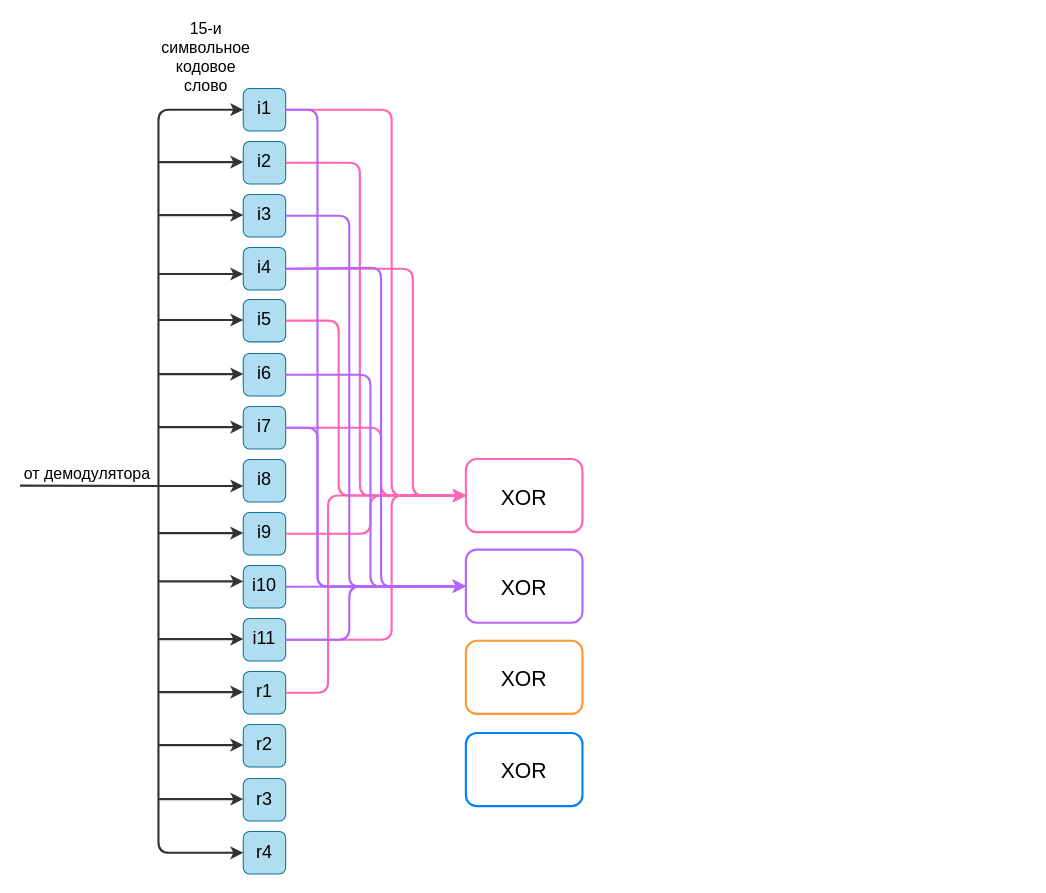
Earlier version of the draw.io diagram page "Страница 2" (2 of 2) of 1st semester/computer science/Диаграмма без названия.drawio (7Kseniya/itmo). Source tidied: cells renumbered, new cells numbered last; positions are measured from the earlier drawing's top-left corner, leaving out a move shared by most shapes. Both pictures are drawn from the tidied source at 106%, with x=0, y=0 at pixel (18, 19).
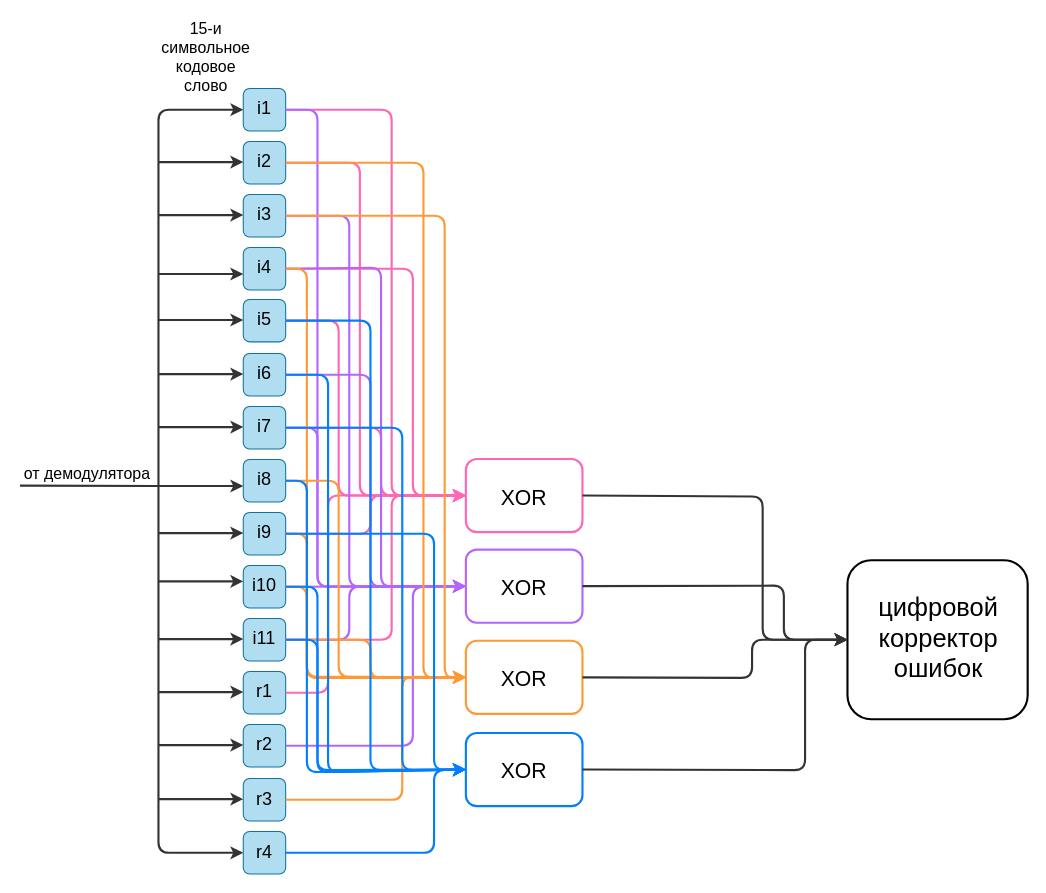
The same page after the edit.

The change refers to these unchanged cells:
```xml
<mxCell id="4" style="rounded=1;whiteSpace=wrap;html=1;fillColor=#b1ddf0;strokeColor=#10739e;fillStyle=auto;" parent="1" vertex="1">
  <mxGeometry x="212" y="115" width="40" height="40" as="geometry" />
</mxCell>
<mxCell id="5" style="rounded=1;whiteSpace=wrap;html=1;fillColor=#b1ddf0;strokeColor=#10739e;fillStyle=auto;" parent="1" vertex="1">
  <mxGeometry x="212" y="165" width="40" height="40" as="geometry" />
</mxCell>
<mxCell id="37" value="i4" style="text;html=1;strokeColor=none;fillColor=none;align=center;verticalAlign=middle;whiteSpace=wrap;rounded=0;fillStyle=auto;strokeWidth=2;fontSize=17;" parent="1" vertex="1">
  <mxGeometry x="212" y="220" width="40" height="30" as="geometry" />
</mxCell>
<mxCell id="38" value="i5" style="text;html=1;strokeColor=none;fillColor=none;align=center;verticalAlign=middle;whiteSpace=wrap;rounded=0;fillStyle=auto;strokeWidth=2;fontSize=17;" parent="1" vertex="1">
  <mxGeometry x="212" y="269" width="40" height="30" as="geometry" />
</mxCell>
<mxCell id="39" value="i6" style="text;html=1;strokeColor=none;fillColor=none;align=center;verticalAlign=middle;whiteSpace=wrap;rounded=0;fillStyle=auto;strokeWidth=2;fontSize=17;" parent="1" vertex="1">
  <mxGeometry x="212" y="320" width="40" height="30" as="geometry" />
</mxCell>
<mxCell id="40" value="i7" style="text;html=1;strokeColor=none;fillColor=none;align=center;verticalAlign=middle;whiteSpace=wrap;rounded=0;fillStyle=auto;strokeWidth=2;fontSize=17;" parent="1" vertex="1">
  <mxGeometry x="212" y="370" width="40" height="30" as="geometry" />
</mxCell>
<mxCell id="41" value="i8" style="text;html=1;strokeColor=none;fillColor=none;align=center;verticalAlign=middle;whiteSpace=wrap;rounded=0;fillStyle=auto;strokeWidth=2;fontSize=17;" parent="1" vertex="1">
  <mxGeometry x="212" y="420" width="40" height="30" as="geometry" />
</mxCell>
<mxCell id="42" value="i9" style="text;html=1;strokeColor=none;fillColor=none;align=center;verticalAlign=middle;whiteSpace=wrap;rounded=0;fillStyle=auto;strokeWidth=2;fontSize=17;" parent="1" vertex="1">
  <mxGeometry x="212" y="470" width="40" height="30" as="geometry" />
</mxCell>
<mxCell id="43" value="i10" style="text;html=1;strokeColor=none;fillColor=none;align=center;verticalAlign=middle;whiteSpace=wrap;rounded=0;fillStyle=auto;strokeWidth=2;fontSize=17;" parent="1" vertex="1">
  <mxGeometry x="212" y="520" width="40" height="30" as="geometry" />
</mxCell>
<mxCell id="44" value="i11" style="text;html=1;strokeColor=none;fillColor=none;align=center;verticalAlign=middle;whiteSpace=wrap;rounded=0;fillStyle=auto;strokeWidth=2;fontSize=17;" parent="1" vertex="1">
  <mxGeometry x="212" y="570" width="40" height="30" as="geometry" />
</mxCell>
<mxCell id="46" value="r2" style="text;html=1;strokeColor=none;fillColor=none;align=center;verticalAlign=middle;whiteSpace=wrap;rounded=0;fillStyle=auto;strokeWidth=2;fontSize=17;" parent="1" vertex="1">
  <mxGeometry x="212" y="670" width="40" height="30" as="geometry" />
</mxCell>
<mxCell id="47" value="r3" style="text;html=1;strokeColor=none;fillColor=none;align=center;verticalAlign=middle;whiteSpace=wrap;rounded=0;fillStyle=auto;strokeWidth=2;fontSize=17;" parent="1" vertex="1">
  <mxGeometry x="212" y="721" width="40" height="30" as="geometry" />
</mxCell>
<mxCell id="48" value="r4" style="text;html=1;strokeColor=none;fillColor=none;align=center;verticalAlign=middle;whiteSpace=wrap;rounded=0;fillStyle=auto;strokeWidth=2;fontSize=17;" parent="1" vertex="1">
  <mxGeometry x="212" y="771" width="40" height="30" as="geometry" />
</mxCell>
<mxCell id="49" style="rounded=1;whiteSpace=wrap;html=1;fillStyle=auto;strokeColor=#007FFF;strokeWidth=2;fontSize=17;" parent="1" vertex="1">
  <mxGeometry x="422" y="673" width="110" height="69" as="geometry" />
</mxCell>
<mxCell id="50" style="rounded=1;whiteSpace=wrap;html=1;fillStyle=auto;strokeColor=#FF9933;strokeWidth=2;fontSize=17;" parent="1" vertex="1">
  <mxGeometry x="422" y="586" width="110" height="69" as="geometry" />
</mxCell>
<mxCell id="51" style="rounded=1;whiteSpace=wrap;html=1;fillStyle=auto;strokeColor=#B266FF;strokeWidth=2;fontSize=17;" parent="1" vertex="1">
  <mxGeometry x="422" y="500" width="110" height="69" as="geometry" />
</mxCell>
<mxCell id="52" style="rounded=1;whiteSpace=wrap;html=1;fillStyle=auto;strokeColor=#FF66B3;strokeWidth=2;fontSize=17;" parent="1" vertex="1">
  <mxGeometry x="422" y="414.5" width="110" height="69" as="geometry" />
</mxCell>
```

The edit, as a diff of the source:
```diff
@@
+    <mxCell id="73" style="rounded=1;whiteSpace=wrap;html=1;fillStyle=auto;strokeWidth=2;fontSize=16;" parent="1" vertex="1">
+      <mxGeometry x="782" y="510" width="170" height="150" as="geometry" />
+    </mxCell>
@@
+    <mxCell id="74" style="endArrow=classic;html=1;rounded=1;strokeColor=#B266FF;strokeWidth=2;fontSize=20;exitX=1;exitY=0.5;exitDx=0;exitDy=0;entryX=0;entryY=0.5;entryDx=0;entryDy=0;" parent="1" edge="1" source="46" target="51">
+      <mxGeometry relative="1" as="geometry">
+        <Array as="points">
+          <mxPoint x="372" y="685" />
+          <mxPoint x="372" y="535" />
+        </Array>
+      </mxGeometry>
+    </mxCell>
+    <mxCell id="75" style="endArrow=classic;html=1;rounded=1;strokeColor=#FF9933;strokeWidth=2;fontSize=20;exitX=1;exitY=0.5;exitDx=0;exitDy=0;entryX=0;entryY=0.5;entryDx=0;entryDy=0;" parent="1" edge="1" source="4" target="50">
+      <mxGeometry relative="1" as="geometry">
+        <Array as="points">
+          <mxPoint x="382" y="135" />
+          <mxPoint x="382" y="621" />
+        </Array>
+      </mxGeometry>
+    </mxCell>
+    <mxCell id="76" style="endArrow=classic;html=1;rounded=1;strokeColor=#FF9933;strokeWidth=2;fontSize=20;exitX=1;exitY=0.5;exitDx=0;exitDy=0;" parent="1" edge="1" source="5">
+      <mxGeometry relative="1" as="geometry">
+        <mxPoint x="422" y="621" as="targetPoint" />
+        <Array as="points">
+          <mxPoint x="402" y="185" />
+          <mxPoint x="402" y="620" />
+        </Array>
+      </mxGeometry>
+    </mxCell>
+    <mxCell id="77" style="endArrow=classic;html=1;rounded=1;strokeColor=#FF9933;strokeWidth=2;fontSize=20;entryX=0;entryY=0.5;entryDx=0;entryDy=0;exitX=1;exitY=0.5;exitDx=0;exitDy=0;" parent="1" edge="1" source="37" target="50">
+      <mxGeometry relative="1" as="geometry">
+        <Array as="points">
+          <mxPoint x="272" y="235" />
+          <mxPoint x="272" y="620" />
+        </Array>
+      </mxGeometry>
+    </mxCell>
+    <mxCell id="78" style="endArrow=classic;html=1;rounded=1;strokeColor=#FF9933;strokeWidth=2;fontSize=20;exitX=1;exitY=0.5;exitDx=0;exitDy=0;entryX=0;entryY=0.5;entryDx=0;entryDy=0;" parent="1" edge="1" source="41" target="50">
+      <mxGeometry relative="1" as="geometry">
+        <Array as="points">
+          <mxPoint x="302" y="435" />
+          <mxPoint x="302" y="620" />
+        </Array>
+      </mxGeometry>
+    </mxCell>
+    <mxCell id="79" style="endArrow=classic;html=1;rounded=1;strokeColor=#FF9933;strokeWidth=2;fontSize=20;exitX=1;exitY=0.5;exitDx=0;exitDy=0;entryX=0;entryY=0.5;entryDx=0;entryDy=0;" parent="1" edge="1" source="42" target="50">
+      <mxGeometry relative="1" as="geometry">
+        <Array as="points">
+          <mxPoint x="272" y="485" />
+          <mxPoint x="272" y="621" />
+        </Array>
+      </mxGeometry>
+    </mxCell>
+    <mxCell id="80" style="endArrow=classic;html=1;rounded=1;strokeColor=#FF9933;strokeWidth=2;fontSize=20;entryX=0;entryY=0.5;entryDx=0;entryDy=0;exitX=1;exitY=0.5;exitDx=0;exitDy=0;" parent="1" edge="1" source="43" target="50">
+      <mxGeometry relative="1" as="geometry">
+        <Array as="points">
+          <mxPoint x="272" y="535" />
+          <mxPoint x="272" y="621" />
+        </Array>
+      </mxGeometry>
+    </mxCell>
+    <mxCell id="81" style="endArrow=classic;html=1;rounded=1;strokeColor=#FF9933;strokeWidth=2;fontSize=20;exitX=1;exitY=0.5;exitDx=0;exitDy=0;entryX=0;entryY=0.5;entryDx=0;entryDy=0;" parent="1" edge="1" source="44" target="50">
+      <mxGeometry relative="1" as="geometry">
+        <Array as="points">
+          <mxPoint x="332" y="585" />
+          <mxPoint x="332" y="621" />
+        </Array>
+      </mxGeometry>
+    </mxCell>
+    <mxCell id="82" style="endArrow=classic;html=1;rounded=1;strokeColor=#FF9933;strokeWidth=2;fontSize=20;exitX=1;exitY=0.5;exitDx=0;exitDy=0;entryX=0;entryY=0.5;entryDx=0;entryDy=0;" parent="1" edge="1" source="47" target="50">
+      <mxGeometry relative="1" as="geometry">
+        <Array as="points">
+          <mxPoint x="362" y="736" />
+          <mxPoint x="362" y="620" />
+        </Array>
+      </mxGeometry>
+    </mxCell>
+    <mxCell id="83" style="endArrow=classic;html=1;rounded=1;strokeColor=#007FFF;strokeWidth=2;fontSize=20;exitX=1;exitY=0.5;exitDx=0;exitDy=0;entryX=0;entryY=0.5;entryDx=0;entryDy=0;" parent="1" edge="1" source="48" target="49">
+      <mxGeometry relative="1" as="geometry">
+        <Array as="points">
+          <mxPoint x="392" y="786" />
+          <mxPoint x="392" y="708" />
+        </Array>
+      </mxGeometry>
+    </mxCell>
+    <mxCell id="84" style="endArrow=classic;html=1;rounded=1;strokeColor=#007FFF;strokeWidth=2;fontSize=20;exitX=1;exitY=0.5;exitDx=0;exitDy=0;entryX=0;entryY=0.5;entryDx=0;entryDy=0;" parent="1" edge="1" source="38" target="49">
+      <mxGeometry relative="1" as="geometry">
+        <Array as="points">
+          <mxPoint x="332" y="284" />
+          <mxPoint x="332" y="708" />
+        </Array>
+      </mxGeometry>
+    </mxCell>
+    <mxCell id="85" style="endArrow=classic;html=1;rounded=1;strokeColor=#007FFF;strokeWidth=2;fontSize=20;entryX=0;entryY=0.5;entryDx=0;entryDy=0;exitX=1;exitY=0.5;exitDx=0;exitDy=0;" parent="1" edge="1" source="39" target="49">
+      <mxGeometry relative="1" as="geometry">
+        <Array as="points">
+          <mxPoint x="292" y="335" />
+          <mxPoint x="292" y="710" />
+        </Array>
+      </mxGeometry>
+    </mxCell>
+    <mxCell id="86" style="endArrow=classic;html=1;rounded=1;strokeColor=#007FFF;strokeWidth=2;fontSize=20;entryX=0;entryY=0.5;entryDx=0;entryDy=0;exitX=1;exitY=0.5;exitDx=0;exitDy=0;" parent="1" edge="1" source="40" target="49">
+      <mxGeometry relative="1" as="geometry">
+        <Array as="points">
+          <mxPoint x="362" y="385" />
+          <mxPoint x="362" y="708" />
+        </Array>
+      </mxGeometry>
+    </mxCell>
+    <mxCell id="87" style="endArrow=classic;html=1;rounded=1;strokeColor=#007FFF;strokeWidth=2;fontSize=20;exitX=1;exitY=0.5;exitDx=0;exitDy=0;entryX=0;entryY=0.5;entryDx=0;entryDy=0;" parent="1" edge="1" source="41" target="49">
+      <mxGeometry relative="1" as="geometry">
+        <Array as="points">
+          <mxPoint x="272" y="435" />
+          <mxPoint x="272" y="710" />
+        </Array>
+      </mxGeometry>
+    </mxCell>
+    <mxCell id="88" style="endArrow=classic;html=1;rounded=1;strokeColor=#007FFF;strokeWidth=2;fontSize=20;exitX=1;exitY=0.5;exitDx=0;exitDy=0;entryX=0;entryY=0.5;entryDx=0;entryDy=0;" parent="1" edge="1" source="42" target="49">
+      <mxGeometry relative="1" as="geometry">
+        <Array as="points">
+          <mxPoint x="392" y="485" />
+          <mxPoint x="392" y="708" />
+        </Array>
+      </mxGeometry>
+    </mxCell>
+    <mxCell id="89" style="endArrow=classic;html=1;rounded=1;strokeColor=#007FFF;strokeWidth=2;fontSize=20;exitX=1;exitY=0.5;exitDx=0;exitDy=0;entryX=0;entryY=0.5;entryDx=0;entryDy=0;" parent="1" edge="1" source="43" target="49">
+      <mxGeometry relative="1" as="geometry">
+        <Array as="points">
+          <mxPoint x="282" y="535" />
+          <mxPoint x="282" y="708" />
+        </Array>
+      </mxGeometry>
+    </mxCell>
+    <mxCell id="90" style="endArrow=classic;html=1;rounded=1;strokeColor=#007FFF;strokeWidth=2;fontSize=20;exitX=1;exitY=0.5;exitDx=0;exitDy=0;entryX=0;entryY=0.5;entryDx=0;entryDy=0;" parent="1" edge="1" source="44" target="49">
+      <mxGeometry relative="1" as="geometry">
+        <Array as="points">
+          <mxPoint x="282" y="585" />
+          <mxPoint x="282" y="710" />
+        </Array>
+      </mxGeometry>
+    </mxCell>
+    <mxCell id="91" value="цифровой корректор ошибок" style="text;html=1;strokeColor=none;fillColor=none;align=center;verticalAlign=middle;whiteSpace=wrap;rounded=0;fillStyle=auto;strokeWidth=2;fontSize=24;" parent="1" vertex="1">
+      <mxGeometry x="808" y="549" width="120" height="70" as="geometry" />
+    </mxCell>
+    <mxCell id="92" style="endArrow=classic;html=1;rounded=1;strokeColor=#333333;strokeWidth=2;fontSize=24;exitX=1;exitY=0.5;exitDx=0;exitDy=0;entryX=0;entryY=0.5;entryDx=0;entryDy=0;" parent="1" edge="1" source="52" target="73">
+      <mxGeometry relative="1" as="geometry">
+        <Array as="points">
+          <mxPoint x="702" y="450" />
+          <mxPoint x="702" y="585" />
+        </Array>
+      </mxGeometry>
+    </mxCell>
+    <mxCell id="93" style="endArrow=classic;html=1;rounded=1;strokeColor=#333333;strokeWidth=2;fontSize=24;exitX=1;exitY=0.5;exitDx=0;exitDy=0;entryX=0;entryY=0.5;entryDx=0;entryDy=0;" parent="1" edge="1" source="51" target="73">
+      <mxGeometry relative="1" as="geometry">
+        <Array as="points">
+          <mxPoint x="722" y="534" />
+          <mxPoint x="722" y="585" />
+        </Array>
+      </mxGeometry>
+    </mxCell>
+    <mxCell id="94" style="endArrow=classic;html=1;rounded=1;strokeColor=#333333;strokeWidth=2;fontSize=24;exitX=1;exitY=0.5;exitDx=0;exitDy=0;entryX=0;entryY=0.5;entryDx=0;entryDy=0;" parent="1" edge="1" source="50" target="73">
+      <mxGeometry relative="1" as="geometry">
+        <Array as="points">
+          <mxPoint x="692" y="621" />
+          <mxPoint x="692" y="585" />
+        </Array>
+      </mxGeometry>
+    </mxCell>
+    <mxCell id="95" style="endArrow=classic;html=1;rounded=1;strokeColor=#333333;strokeWidth=2;fontSize=24;exitX=1;exitY=0.5;exitDx=0;exitDy=0;entryX=0;entryY=0.5;entryDx=0;entryDy=0;" parent="1" edge="1" source="49" target="73">
+      <mxGeometry relative="1" as="geometry">
+        <Array as="points">
+          <mxPoint x="742" y="708" />
+          <mxPoint x="742" y="585" />
+        </Array>
+      </mxGeometry>
+    </mxCell>
```
